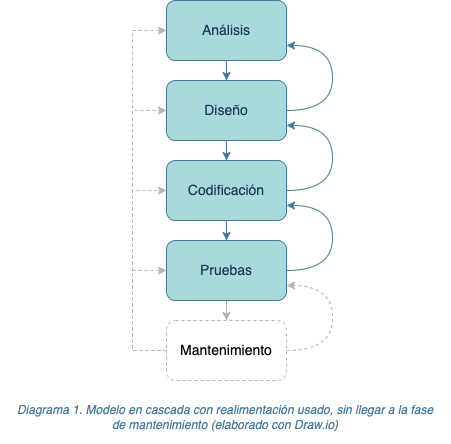
The draw.io diagram images/Diagrama_ModeloDesarrollo.png in juancumbeq/daw_m12_web_project_taskteam, before a commit. Source tidied: cells renumbered, new cells last; positions are measured from the earlier drawing's top-left corner, leaving out a move shared by most shapes.
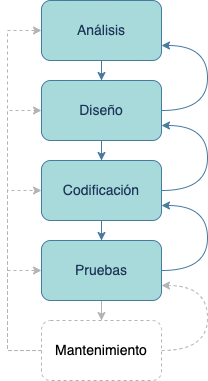
Later version of the same file.

Change to the diagram source:
```diff
@@ -93,8 +93,5 @@
     <mxCell id="18" value="Mantenimiento" style="whiteSpace=wrap;html=1;rounded=1;fontSize=14;labelBackgroundColor=none;dashed=1;strokeColor=#B3B3B3;" parent="1" vertex="1">
       <mxGeometry x="166" y="320" width="120" height="60" as="geometry" />
     </mxCell>
-    <mxCell id="19" value="&lt;i&gt;&lt;font color=&quot;#457b9d&quot;&gt;&lt;br&gt;&lt;/font&gt;&lt;/i&gt;&lt;div title=&quot;Page 8&quot; class=&quot;page&quot;&gt;&lt;div class=&quot;layoutArea&quot;&gt;&lt;div class=&quot;column&quot;&gt;&lt;p&gt;&lt;i&gt;&lt;font color=&quot;#457b9d&quot;&gt;Diagrama 1. Modelo en cascada con realimentación usado, sin llegar a la fase&lt;br&gt;de mantenimiento (elaborado con Draw.io)&lt;/font&gt;&lt;/i&gt;&lt;/p&gt;&lt;/div&gt;&lt;/div&gt;&lt;/div&gt;" style="text;html=1;strokeColor=none;fillColor=none;align=center;verticalAlign=middle;whiteSpace=wrap;rounded=0;fontColor=#1D3557;" parent="1" vertex="1">
-      <mxGeometry y="380" width="450" height="60" as="geometry" />
-    </mxCell>
   </root>
 </mxGraphModel>
```
